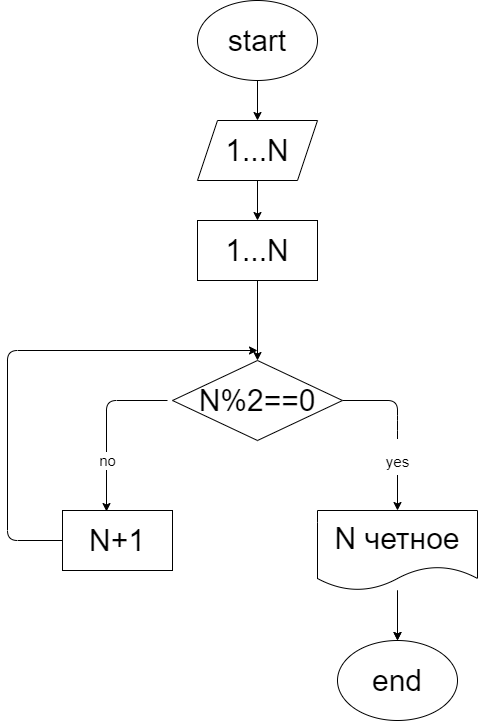
The draw.io diagram Seminar/Seminar001/Ex004/diagram.drawio.png in irenemir2022/super-guide, before a commit. Source tidied: cells renumbered, new cells last; positions are measured from the earlier drawing's top-left corner, leaving out a move shared by most shapes.
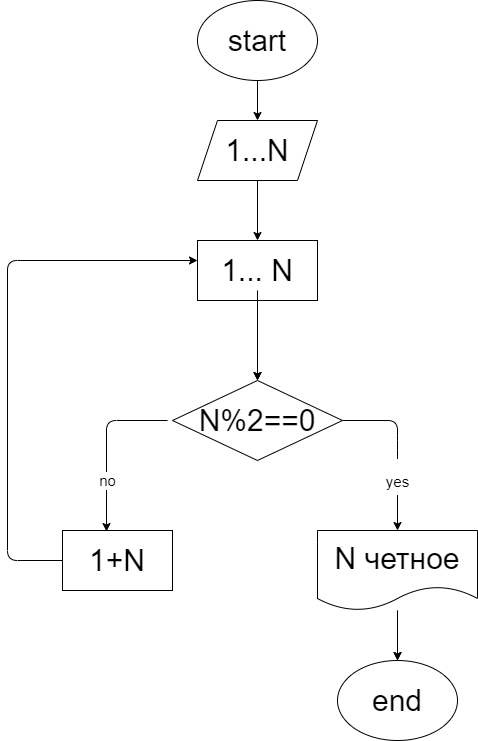
After the change.

Commit message:
добавили изменения в диаграмму и добавсили код к задаче 4

What changed in the source:
```diff
@@ -6,18 +6,23 @@
       <mxGeometry relative="1" as="geometry" />
     </mxCell>
     <mxCell id="3" value="&lt;font style=&quot;font-size: 30px;&quot;&gt;start&lt;/font&gt;" style="ellipse;whiteSpace=wrap;html=1;" parent="1" vertex="1">
-      <mxGeometry x="190" width="120" height="80" as="geometry" />
+      <mxGeometry x="190" y="-20" width="120" height="80" as="geometry" />
     </mxCell>
     <mxCell id="4" style="edgeStyle=none;html=1;fontSize=30;" parent="1" edge="1" source="5" target="7">
       <mxGeometry relative="1" as="geometry" />
     </mxCell>
     <mxCell id="5" value="1...N" style="shape=parallelogram;perimeter=parallelogramPerimeter;whiteSpace=wrap;html=1;fixedSize=1;fontSize=30;" parent="1" vertex="1">
-      <mxGeometry x="190" y="120" width="120" height="60" as="geometry" />
+      <mxGeometry x="190" y="100" width="120" height="60" as="geometry" />
     </mxCell>
-    <mxCell id="6" style="edgeStyle=none;html=1;fontSize=30;" parent="1" edge="1" source="7" target="11">
-      <mxGeometry relative="1" as="geometry" />
+    <mxCell id="6" style="edgeStyle=none;html=1;fontSize=30;startArrow=none;" parent="1" edge="1" target="11">
+      <mxGeometry relative="1" as="geometry">
+        <mxPoint x="250" y="330" as="sourcePoint" />
+      </mxGeometry>
     </mxCell>
+    <mxCell id="18" style="edgeStyle=none;html=1;fontSize=21;" parent="1" edge="1" source="7" target="11">
+      <mxGeometry relative="1" as="geometry" />
+    </mxCell>
-    <mxCell id="7" value="1...N" style="rounded=0;whiteSpace=wrap;html=1;fontSize=30;" parent="1" vertex="1">
+    <mxCell id="7" value="1... N" style="rounded=0;whiteSpace=wrap;html=1;fontSize=30;" parent="1" vertex="1">
       <mxGeometry x="190" y="220" width="120" height="60" as="geometry" />
     </mxCell>
     <mxCell id="8" style="edgeStyle=none;html=1;fontSize=30;exitX=1;exitY=0.5;exitDx=0;exitDy=0;entryX=0.5;entryY=0;entryDx=0;entryDy=0;" parent="1" edge="1" source="11" target="16">
@@ -44,14 +49,15 @@
     </mxCell>
     <mxCell id="12" style="edgeStyle=none;html=1;fontSize=30;exitX=0;exitY=0.5;exitDx=0;exitDy=0;" parent="1" edge="1" source="13">
       <mxGeometry relative="1" as="geometry">
-        <mxPoint x="250" y="350" as="targetPoint" />
+        <mxPoint x="190" y="240" as="targetPoint" />
         <Array as="points">
           <mxPoint y="540" />
-          <mxPoint y="350" />
+          <mxPoint y="240" />
+          <mxPoint x="190" y="240" />
         </Array>
       </mxGeometry>
     </mxCell>
-    <mxCell id="13" value="N+1" style="rounded=0;whiteSpace=wrap;html=1;fontSize=30;" parent="1" vertex="1">
+    <mxCell id="13" value="1+N" style="rounded=0;whiteSpace=wrap;html=1;fontSize=30;" parent="1" vertex="1">
       <mxGeometry x="55" y="510" width="110" height="60" as="geometry" />
     </mxCell>
     <mxCell id="14" style="edgeStyle=none;html=1;fontSize=30;" parent="1" edge="1" source="16" target="17">
@@ -66,5 +72,10 @@
     <mxCell id="17" value="end" style="ellipse;whiteSpace=wrap;html=1;fontSize=30;" parent="1" vertex="1">
       <mxGeometry x="330" y="640" width="120" height="80" as="geometry" />
     </mxCell>
+    <mxCell id="19" style="edgeStyle=none;html=1;fontSize=30;endArrow=none;" parent="1" edge="1" source="7">
+      <mxGeometry relative="1" as="geometry">
+        <mxPoint x="250" y="270" as="targetPoint" />
+      </mxGeometry>
+    </mxCell>
   </root>
 </mxGraphModel>
```
